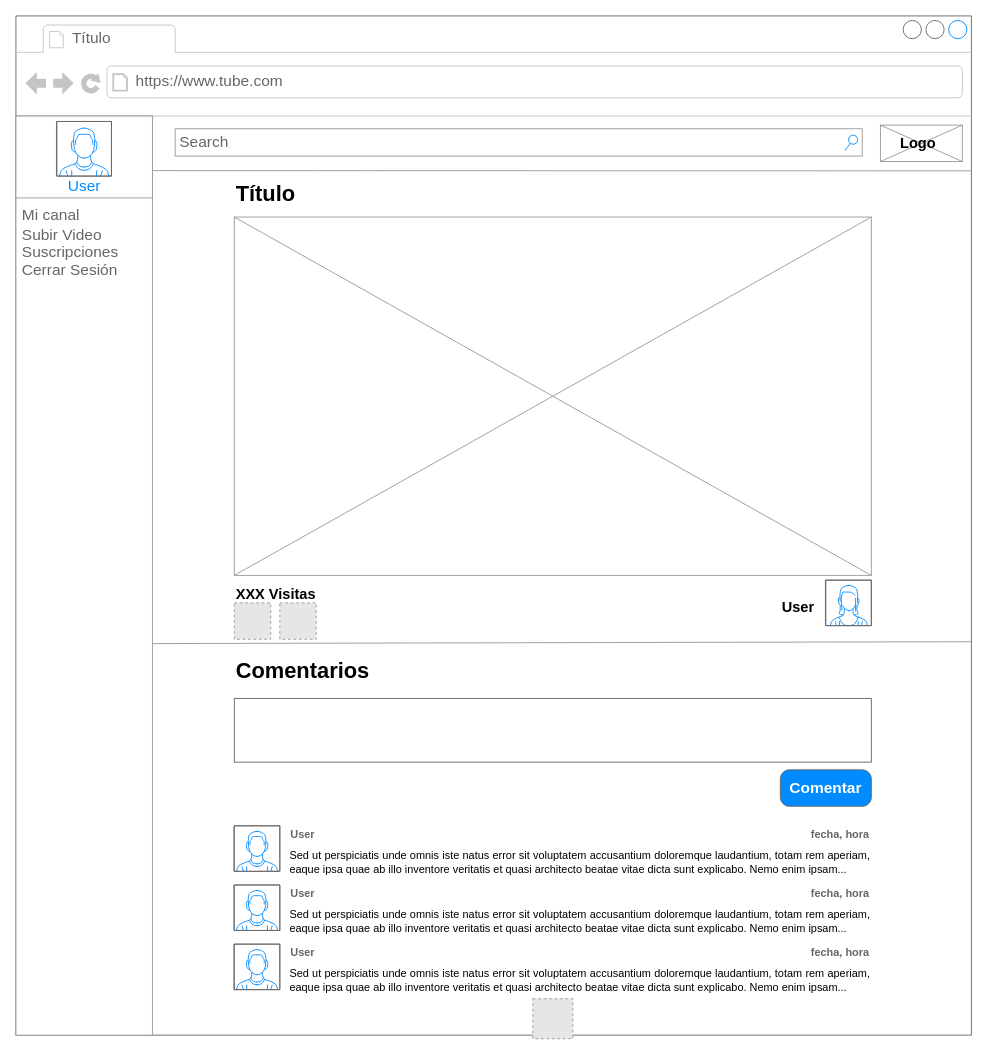
Above: Proyecto/Documentacion/Interfaces/VerVideo.drawio in Victor-martinelli/TADEPD (draw.io), before the change. Source tidied: cells renumbered, new cells numbered last; positions are measured from the earlier drawing's top-left corner, leaving out a move shared by most shapes. Both pictures are drawn from the tidied source at 91%, with x=0, y=0 at pixel (15, 15). Pictures stored in the file or linked from it are replaced by grey dashed boxes.
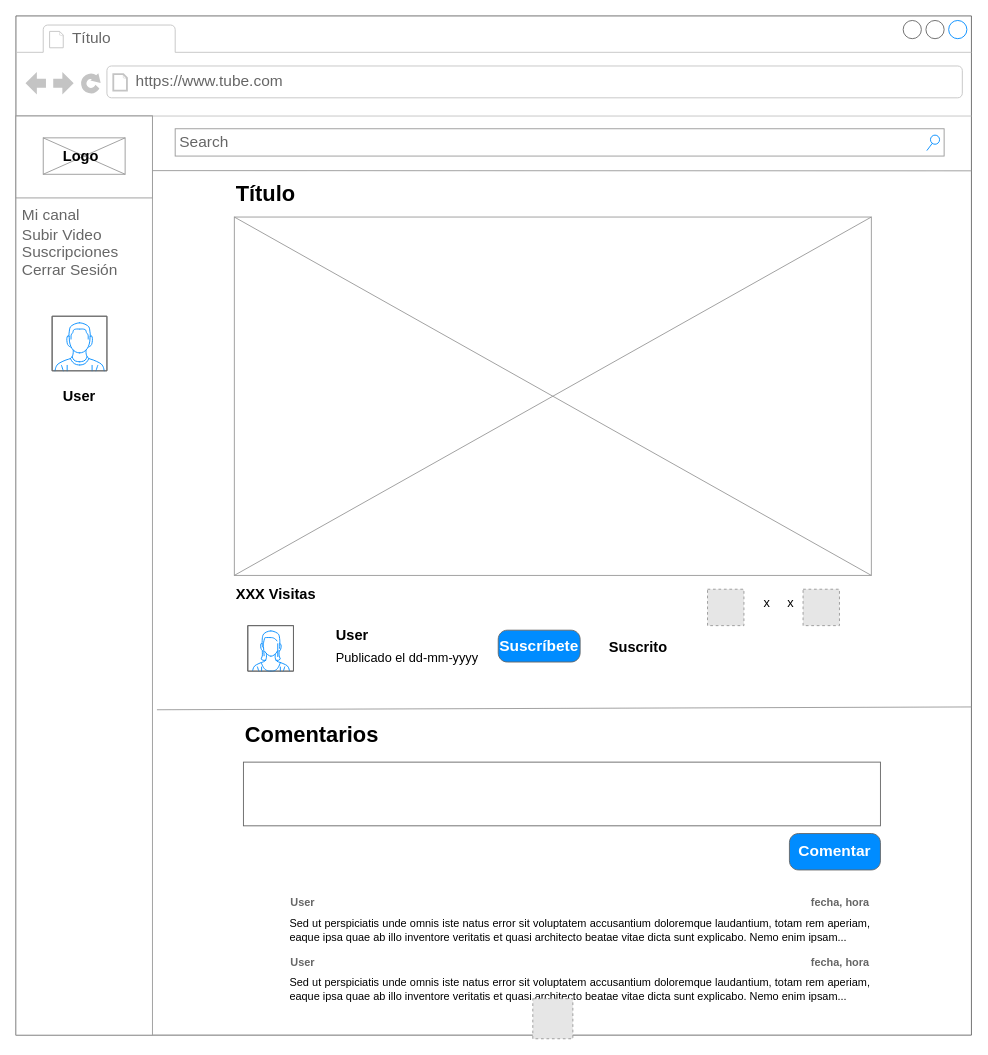
Above is the later version.

Unchanged cells that the change refers to:
```xml
<mxCell id="2" style="strokeWidth=1;shadow=0;dashed=0;align=center;html=1;shape=mxgraph.mockup.containers.browserWindow;rSize=0;fillColor=#ffffff;strokeColor=#666666;mainText=,;rounded=0;labelBackgroundColor=none;fontFamily=Verdana;fontSize=12;fontColor=#000000;" parent="1" vertex="1">
  <mxGeometry width="1050" height="1120" as="geometry" />
</mxCell>
<mxCell id="5" style="strokeWidth=1;shadow=0;dashed=0;align=center;html=1;shape=mxgraph.mockup.forms.rrect;rSize=0;strokeColor=#999999;fillColor=#ffffff;" parent="2" vertex="1">
  <mxGeometry y="110" width="150" height="1010" as="geometry" />
</mxCell>
```

Change to the diagram source:
```diff
@@
-    <mxCell id="6" value="User" style="strokeWidth=1;shadow=0;dashed=0;align=center;html=1;shape=mxgraph.mockup.forms.rrect;rSize=0;strokeColor=#999999;fontColor=#008cff;fontSize=17;fillColor=#ffffff;verticalAlign=bottom;" parent="5" vertex="1">
+    <mxCell id="6" style="strokeWidth=1;shadow=0;dashed=0;align=center;html=1;shape=mxgraph.mockup.forms.rrect;rSize=0;strokeColor=#999999;fontColor=#008cff;fontSize=17;fillColor=#ffffff;verticalAlign=bottom;" parent="5" vertex="1">
       <mxGeometry width="150" height="90" relative="1" as="geometry" />
     </mxCell>
@@
+    <mxCell id="11" value="Subir Video" style="text;html=1;strokeColor=none;fillColor=none;align=left;verticalAlign=middle;whiteSpace=wrap;rounded=0;fontSize=17;fontColor=#666666;" parent="5" vertex="1">
+      <mxGeometry x="5" y="117.3" width="140" height="28.5" as="geometry" />
+    </mxCell>
     <mxCell id="10" style="verticalLabelPosition=bottom;shadow=0;dashed=0;align=center;html=1;verticalAlign=top;strokeWidth=1;shape=mxgraph.mockup.containers.userMale;strokeColor=#666666;strokeColor2=#008cff;fillColor=#ffffff;" parent="5" vertex="1">
-      <mxGeometry x="45" y="6" width="60" height="60" as="geometry" />
+      <mxGeometry x="40" y="220" width="60" height="60" as="geometry" />
     </mxCell>
-    <mxCell id="11" value="Subir Video" style="text;html=1;strokeColor=none;fillColor=none;align=left;verticalAlign=middle;whiteSpace=wrap;rounded=0;fontSize=17;fontColor=#666666;" parent="5" vertex="1">
-      <mxGeometry x="5" y="117.3" width="140" height="28.5" as="geometry" />
-    </mxCell>
+    <mxCell id="38" value="User" style="text;html=1;strokeColor=none;fillColor=none;align=left;verticalAlign=middle;whiteSpace=wrap;rounded=0;fontStyle=1;fontSize=16;" parent="5" vertex="1">
+      <mxGeometry x="50" y="298" width="50" height="20" as="geometry" />
+    </mxCell>
+    <mxCell id="17" style="verticalLabelPosition=bottom;shadow=0;dashed=0;align=center;html=1;verticalAlign=top;strokeWidth=1;shape=mxgraph.mockup.graphics.simpleIcon;strokeColor=#999999;fillColor=#ffffff;fontSize=16;" parent="5" vertex="1">
+      <mxGeometry x="30" y="24" width="90" height="40" as="geometry" />
+    </mxCell>
+    <mxCell id="18" value="&lt;div align=&quot;center&quot;&gt;Logo&lt;/div&gt;" style="text;html=1;strokeColor=none;fillColor=none;align=left;verticalAlign=middle;whiteSpace=wrap;rounded=0;fontStyle=1;fontSize=16;" parent="5" vertex="1">
+      <mxGeometry x="50" y="34" width="50" height="20" as="geometry" />
+    </mxCell>
@@
     <mxCell id="14" style="verticalLabelPosition=bottom;shadow=0;dashed=0;align=center;html=1;verticalAlign=top;strokeWidth=1;shape=mxgraph.mockup.containers.userFemale;strokeColor=#666666;strokeColor2=#008cff;fillColor=#ffffff;fontSize=16;" parent="2" vertex="1">
-      <mxGeometry x="890" y="620" width="50" height="50" as="geometry" />
+      <mxGeometry x="255" y="670" width="50" height="50" as="geometry" />
     </mxCell>
     <mxCell id="15" value="User" style="text;html=1;strokeColor=none;fillColor=none;align=left;verticalAlign=middle;whiteSpace=wrap;rounded=0;fontStyle=1;fontSize=16;" parent="2" vertex="1">
-      <mxGeometry x="840" y="640" width="50" height="20" as="geometry" />
+      <mxGeometry x="350" y="670" width="50" height="20" as="geometry" />
     </mxCell>
@@
-    <mxCell id="17" style="verticalLabelPosition=bottom;shadow=0;dashed=0;align=center;html=1;verticalAlign=top;strokeWidth=1;shape=mxgraph.mockup.graphics.simpleIcon;strokeColor=#999999;fillColor=#ffffff;fontSize=16;" parent="2" vertex="1">
-      <mxGeometry x="950" y="120" width="90" height="40" as="geometry" />
-    </mxCell>
-    <mxCell id="18" value="&lt;div align=&quot;center&quot;&gt;Logo&lt;/div&gt;" style="text;html=1;strokeColor=none;fillColor=none;align=left;verticalAlign=middle;whiteSpace=wrap;rounded=0;fontStyle=1;fontSize=16;" parent="2" vertex="1">
-      <mxGeometry x="970" y="130" width="50" height="20" as="geometry" />
-    </mxCell>
     <mxCell id="19" value="Search" style="strokeWidth=1;shadow=0;dashed=0;align=center;html=1;shape=mxgraph.mockup.forms.searchBox;strokeColor=#999999;mainText=;fillColor=#ffffff;strokeColor2=#008cff;fontColor=#666666;fontSize=17;align=left;spacingLeft=3;" parent="2" vertex="1">
-      <mxGeometry x="175" y="124" width="755" height="30" as="geometry" />
+      <mxGeometry x="175" y="124" width="845" height="30" as="geometry" />
     </mxCell>
     <mxCell id="20" style="strokeWidth=1;shadow=0;dashed=0;align=center;html=1;shape=mxgraph.mockup.text.textBox;fillColor=#ffffff;fontColor=#666666;align=left;fontSize=17;spacingLeft=4;spacingTop=-3;strokeColor=#666666;mainText=;" parent="2" vertex="1">
-      <mxGeometry x="240" y="750" width="700" height="70" as="geometry" />
+      <mxGeometry x="250" y="820" width="700" height="70" as="geometry" />
     </mxCell>
-    <mxCell id="21" style="endArrow=none;html=1;fontSize=16;strokeColor=#999999;exitX=1.002;exitY=0.574;exitDx=0;exitDy=0;exitPerimeter=0;entryX=1;entryY=0.614;entryDx=0;entryDy=0;entryPerimeter=0;" parent="2" edge="1" source="5" target="2">
+    <mxCell id="21" style="endArrow=none;html=1;fontSize=16;strokeColor=#999999;exitX=1.033;exitY=0.646;exitDx=0;exitDy=0;exitPerimeter=0;entryX=1;entryY=0.678;entryDx=0;entryDy=0;entryPerimeter=0;" parent="2" edge="1" source="5" target="2">
       <mxGeometry relative="1" as="geometry" />
     </mxCell>
     <mxCell id="22" value="&lt;font style=&quot;font-size: 24px&quot;&gt;Comentarios&lt;/font&gt;" style="text;html=1;strokeColor=none;fillColor=none;align=left;verticalAlign=middle;whiteSpace=wrap;rounded=0;fontStyle=1;fontSize=16;" parent="2" vertex="1">
-      <mxGeometry x="240" y="710" width="290" height="20" as="geometry" />
+      <mxGeometry x="250" y="780" width="290" height="20" as="geometry" />
     </mxCell>
     <mxCell id="23" value="Comentar" style="strokeWidth=1;shadow=0;dashed=0;align=center;html=1;shape=mxgraph.mockup.buttons.button;strokeColor=#666666;fontColor=#ffffff;mainText=;buttonStyle=round;fontSize=17;fontStyle=1;fillColor=#008cff;whiteSpace=wrap;" parent="2" vertex="1">
-      <mxGeometry x="840" y="828.5" width="100" height="40" as="geometry" />
+      <mxGeometry x="850" y="898.5" width="100" height="40" as="geometry" />
     </mxCell>
@@
     <mxCell id="25" style="fillColor=#E6E6E6;strokeColor=#999999;dashed=1;html=1;verticalAlign=top;verticalLabelPosition=bottom;labelBackgroundColor=#ffffff;" parent="2" vertex="1">
-      <mxGeometry x="240" y="645" width="40" height="40" as="geometry" />
+      <mxGeometry x="760" y="630" width="40" height="40" as="geometry" />
     </mxCell>
     <mxCell id="26" style="fillColor=#E6E6E6;strokeColor=#999999;dashed=1;html=1;verticalAlign=top;verticalLabelPosition=bottom;labelBackgroundColor=#ffffff;" parent="2" vertex="1">
-      <mxGeometry x="290" y="645" width="40" height="40" as="geometry" />
+      <mxGeometry x="865" y="630" width="40" height="40" as="geometry" />
     </mxCell>
-    <mxCell id="27" style="verticalLabelPosition=bottom;shadow=0;dashed=0;align=center;html=1;verticalAlign=top;strokeWidth=1;shape=mxgraph.mockup.containers.userMale;strokeColor=#666666;strokeColor2=#008cff;fillColor=#ffffff;labelBackgroundColor=#80FF00;" parent="2" vertex="1">
-      <mxGeometry x="240" y="890" width="50" height="50" as="geometry" />
-    </mxCell>
     <mxCell id="28" value="&lt;div align=&quot;justify&quot;&gt;Sed ut perspiciatis unde omnis iste natus error sit voluptatem accusantium doloremque laudantium, totam rem aperiam, eaque ipsa quae ab illo inventore veritatis et quasi architecto beatae vitae dicta sunt explicabo. Nemo enim ipsam...&lt;br&gt;&lt;/div&gt;" style="text;html=1;strokeColor=none;fillColor=none;align=center;verticalAlign=middle;whiteSpace=wrap;rounded=0;labelBackgroundColor=none;" parent="2" vertex="1">
-      <mxGeometry x="300" y="910" width="640" height="40" as="geometry" />
+      <mxGeometry x="300" y="985" width="640" height="40" as="geometry" />
     </mxCell>
     <mxCell id="29" value="&lt;font color=&quot;#666666&quot;&gt;&lt;b&gt;fecha, hora&lt;/b&gt;&lt;/font&gt;" style="text;html=1;strokeColor=none;fillColor=none;align=right;verticalAlign=middle;whiteSpace=wrap;rounded=0;labelBackgroundColor=none;" parent="2" vertex="1">
-      <mxGeometry x="860" y="890" width="80" height="20" as="geometry" />
+      <mxGeometry x="860" y="965" width="80" height="20" as="geometry" />
     </mxCell>
     <mxCell id="30" value="&lt;div align=&quot;left&quot;&gt;User&lt;/div&gt;" style="text;html=1;strokeColor=none;fillColor=none;align=left;verticalAlign=middle;whiteSpace=wrap;rounded=0;labelBackgroundColor=none;fontColor=#666666;fontStyle=1;" parent="2" vertex="1">
-      <mxGeometry x="300" y="890" width="80" height="20" as="geometry" />
+      <mxGeometry x="300" y="965" width="80" height="20" as="geometry" />
     </mxCell>
-    <mxCell id="31" style="verticalLabelPosition=bottom;shadow=0;dashed=0;align=center;html=1;verticalAlign=top;strokeWidth=1;shape=mxgraph.mockup.containers.userMale;strokeColor=#666666;strokeColor2=#008cff;fillColor=#ffffff;labelBackgroundColor=#80FF00;" parent="2" vertex="1">
-      <mxGeometry x="240" y="955" width="50" height="50" as="geometry" />
-    </mxCell>
     <mxCell id="32" value="&lt;div align=&quot;justify&quot;&gt;Sed ut perspiciatis unde omnis iste natus error sit voluptatem accusantium doloremque laudantium, totam rem aperiam, eaque ipsa quae ab illo inventore veritatis et quasi architecto beatae vitae dicta sunt explicabo. Nemo enim ipsam...&lt;br&gt;&lt;/div&gt;" style="text;html=1;strokeColor=none;fillColor=none;align=center;verticalAlign=middle;whiteSpace=wrap;rounded=0;labelBackgroundColor=none;" parent="2" vertex="1">
-      <mxGeometry x="300" y="975" width="640" height="40" as="geometry" />
+      <mxGeometry x="300" y="1050" width="640" height="40" as="geometry" />
     </mxCell>
     <mxCell id="33" value="&lt;font color=&quot;#666666&quot;&gt;&lt;b&gt;fecha, hora&lt;/b&gt;&lt;/font&gt;" style="text;html=1;strokeColor=none;fillColor=none;align=right;verticalAlign=middle;whiteSpace=wrap;rounded=0;labelBackgroundColor=none;" parent="2" vertex="1">
-      <mxGeometry x="860" y="955" width="80" height="20" as="geometry" />
+      <mxGeometry x="860" y="1030" width="80" height="20" as="geometry" />
     </mxCell>
     <mxCell id="34" value="&lt;div align=&quot;left&quot;&gt;User&lt;/div&gt;" style="text;html=1;strokeColor=none;fillColor=none;align=left;verticalAlign=middle;whiteSpace=wrap;rounded=0;labelBackgroundColor=none;fontColor=#666666;fontStyle=1;" parent="2" vertex="1">
-      <mxGeometry x="300" y="955" width="80" height="20" as="geometry" />
+      <mxGeometry x="300" y="1030" width="80" height="20" as="geometry" />
     </mxCell>
-    <mxCell id="35" style="verticalLabelPosition=bottom;shadow=0;dashed=0;align=center;html=1;verticalAlign=top;strokeWidth=1;shape=mxgraph.mockup.containers.userMale;strokeColor=#666666;strokeColor2=#008cff;fillColor=#ffffff;labelBackgroundColor=#80FF00;" parent="2" vertex="1">
-      <mxGeometry x="240" y="1020" width="50" height="50" as="geometry" />
-    </mxCell>
-    <mxCell id="36" value="&lt;div align=&quot;justify&quot;&gt;Sed ut perspiciatis unde omnis iste natus error sit voluptatem accusantium doloremque laudantium, totam rem aperiam, eaque ipsa quae ab illo inventore veritatis et quasi architecto beatae vitae dicta sunt explicabo. Nemo enim ipsam...&lt;br&gt;&lt;/div&gt;" style="text;html=1;strokeColor=none;fillColor=none;align=center;verticalAlign=middle;whiteSpace=wrap;rounded=0;labelBackgroundColor=none;" parent="2" vertex="1">
-      <mxGeometry x="300" y="1040" width="640" height="40" as="geometry" />
-    </mxCell>
-    <mxCell id="37" value="&lt;font color=&quot;#666666&quot;&gt;&lt;b&gt;fecha, hora&lt;/b&gt;&lt;/font&gt;" style="text;html=1;strokeColor=none;fillColor=none;align=right;verticalAlign=middle;whiteSpace=wrap;rounded=0;labelBackgroundColor=none;" parent="2" vertex="1">
-      <mxGeometry x="860" y="1020" width="80" height="20" as="geometry" />
-    </mxCell>
-    <mxCell id="38" value="&lt;div align=&quot;left&quot;&gt;User&lt;/div&gt;" style="text;html=1;strokeColor=none;fillColor=none;align=left;verticalAlign=middle;whiteSpace=wrap;rounded=0;labelBackgroundColor=none;fontColor=#666666;fontStyle=1;" parent="2" vertex="1">
-      <mxGeometry x="300" y="1020" width="80" height="20" as="geometry" />
-    </mxCell>
+    <mxCell id="40" value="&lt;div style=&quot;font-size: 14px&quot;&gt;&lt;span style=&quot;font-weight: normal&quot;&gt;Publicado el dd-mm-yyyy&lt;/span&gt;&lt;br style=&quot;font-size: 16px&quot;&gt;&lt;/div&gt;" style="text;html=1;strokeColor=none;fillColor=none;align=left;verticalAlign=middle;whiteSpace=wrap;rounded=0;fontStyle=1;fontSize=16;" parent="2" vertex="1">
+      <mxGeometry x="350" y="695" width="290" height="20" as="geometry" />
+    </mxCell>
+    <mxCell id="41" value="&lt;div style=&quot;font-size: 14px&quot;&gt;&lt;span style=&quot;font-weight: normal&quot;&gt;x&lt;/span&gt;&lt;br style=&quot;font-size: 16px&quot;&gt;&lt;/div&gt;" style="text;html=1;strokeColor=none;fillColor=none;align=left;verticalAlign=middle;whiteSpace=wrap;rounded=0;fontStyle=1;fontSize=16;" parent="2" vertex="1">
+      <mxGeometry x="846" y="635" width="25" height="20" as="geometry" />
+    </mxCell>
+    <mxCell id="42" value="&lt;div style=&quot;font-size: 14px&quot;&gt;&lt;span style=&quot;font-weight: normal&quot;&gt;x&lt;/span&gt;&lt;br style=&quot;font-size: 16px&quot;&gt;&lt;/div&gt;" style="text;html=1;strokeColor=none;fillColor=none;align=left;verticalAlign=middle;whiteSpace=wrap;rounded=0;fontStyle=1;fontSize=16;" parent="2" vertex="1">
+      <mxGeometry x="820" y="635" width="25" height="20" as="geometry" />
+    </mxCell>
+    <mxCell id="43" value="Suscríbete" style="strokeWidth=1;shadow=0;dashed=0;align=center;html=1;shape=mxgraph.mockup.buttons.button;strokeColor=#666666;fontColor=#ffffff;mainText=;buttonStyle=round;fontSize=17;fontStyle=1;fillColor=#008cff;whiteSpace=wrap;" parent="2" vertex="1">
+      <mxGeometry x="530" y="675" width="90" height="35" as="geometry" />
+    </mxCell>
+    <mxCell id="44" value="Suscrito" style="text;html=1;strokeColor=none;fillColor=none;align=left;verticalAlign=middle;whiteSpace=wrap;rounded=0;fontStyle=1;fontSize=16;" parent="2" vertex="1">
+      <mxGeometry x="650" y="682.5" width="50" height="20" as="geometry" />
+    </mxCell>
```
